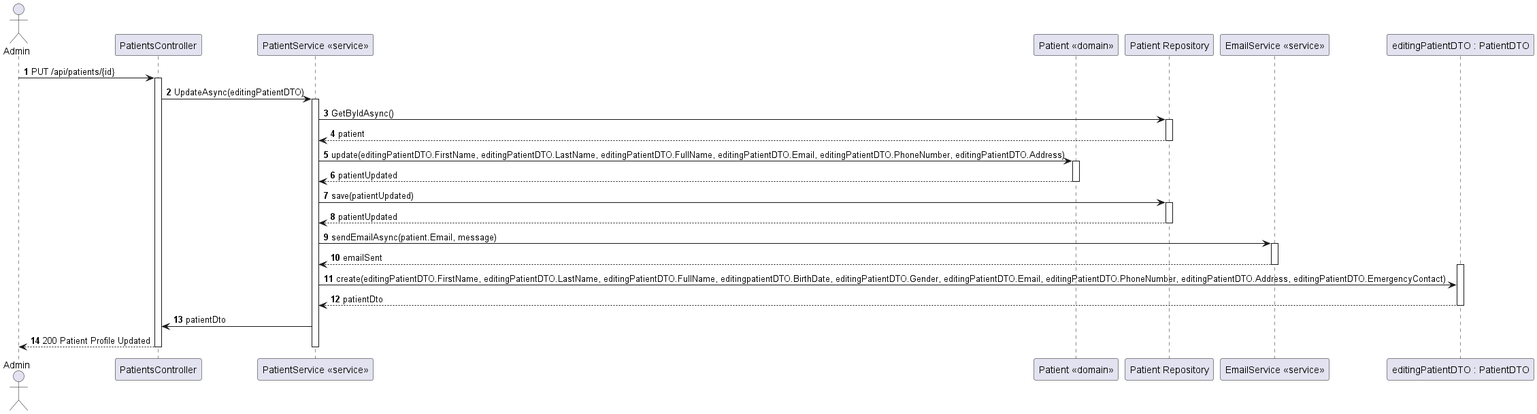
The PlantUML diagram docs/PatientProfileUpdate/views/level3/PatientProfileUpdate(level3-2).png in Lapr5G21/sem5pi-24-25-3ddg21, before a commit. The source it was exported from:
```plantuml
@startuml PatientProfileUpdate(level3-2)

autonumber
actor Admin as "Admin"
participant CTRL as "PatientsController"
participant SERVICE as "PatientService <<service>>"
participant PATIENT as "Patient <<domain>>"
participant REPO as "Patient Repository"
participant EMAILSERVICE as "EmailService <<service>>"
participant DTO as "editingPatientDTO : PatientDTO"

Admin-> CTRL : PUT /api/patients/{id}
activate CTRL

CTRL -> SERVICE : UpdateAsync(editingPatientDTO)
activate SERVICE

    SERVICE -> REPO : GetByIdAsync()
    activate REPO

    REPO --> SERVICE : patient
    deactivate REPO

    SERVICE -> PATIENT : update(editingPatientDTO.FirstName, editingPatientDTO.LastName, editingPatientDTO.FullName, editingPatientDTO.Email, editingPatientDTO.PhoneNumber, editingPatientDTO.Address)
    activate PATIENT

    PATIENT --> SERVICE : patientUpdated
    deactivate PATIENT

    SERVICE -> REPO : save(patientUpdated)
    activate REPO

    REPO --> SERVICE : patientUpdated
    deactivate REPO

    SERVICE -> EMAILSERVICE : sendEmailAsync(patient.Email, message)
    activate EMAILSERVICE

    EMAILSERVICE --> SERVICE : emailSent
    deactivate EMAILSERVICE

    activate DTO

    SERVICE -> DTO : create(editingPatientDTO.FirstName, editingPatientDTO.LastName, editingPatientDTO.FullName, editingpatientDTO.BirthDate, editingPatientDTO.Gender, editingPatientDTO.Email, editingPatientDTO.PhoneNumber, editingPatientDTO.Address, editingPatientDTO.EmergencyContact)

    DTO --> SERVICE : patientDto
    deactivate DTO

    SERVICE -> CTRL : patientDto

    CTRL --> Admin : 200 Patient Profile Updated

deactivate SERVICE
deactivate CTRL
@enduml
```
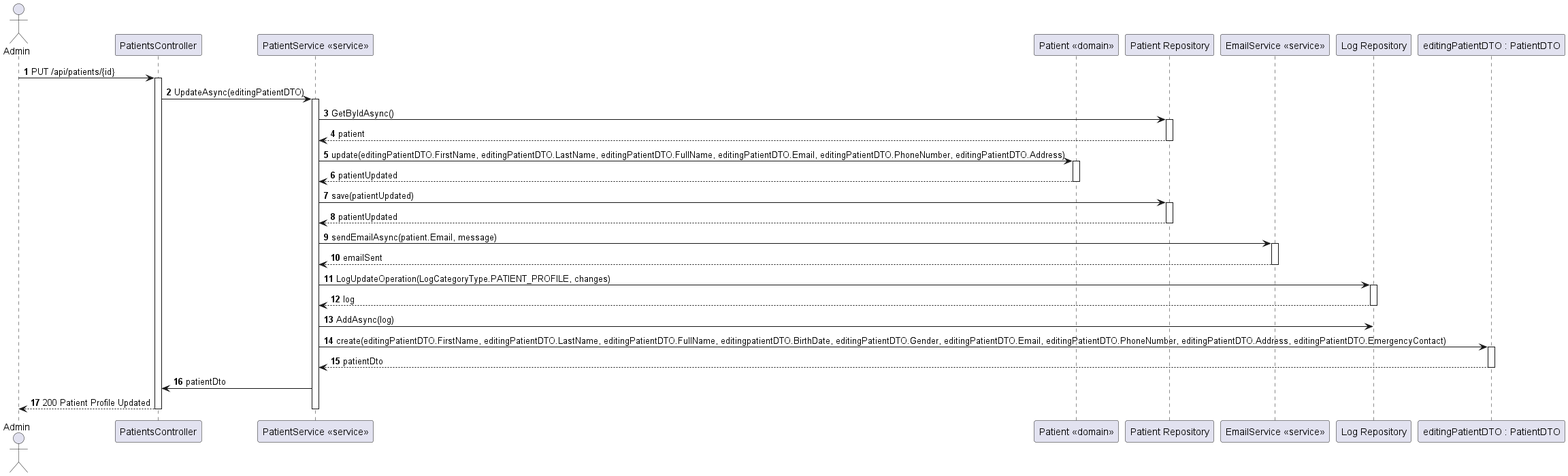
Above is the later version.

Commit message:
little update in patient docs and some integration tests #10

Diff of the diagram source:
```diff
@@ -7,6 +7,7 @@
 participant PATIENT as "Patient <<domain>>"
 participant REPO as "Patient Repository"
 participant EMAILSERVICE as "EmailService <<service>>"
+participant LOGREPO as "Log Repository"
 participant DTO as "editingPatientDTO : PatientDTO"
 
 Admin-> CTRL : PUT /api/patients/{id}
@@ -39,9 +40,18 @@
     EMAILSERVICE --> SERVICE : emailSent
     deactivate EMAILSERVICE
 
-    activate DTO
+    SERVICE -> LOGREPO : LogUpdateOperation(LogCategoryType.PATIENT_PROFILE, changes)
+    activate LOGREPO
+
+    LOGREPO --> SERVICE : log
+    deactivate LOGREPO
+
+
+    SERVICE -> LOGREPO : AddAsync(log)
+    deactivate LOGREPO
 
     SERVICE -> DTO : create(editingPatientDTO.FirstName, editingPatientDTO.LastName, editingPatientDTO.FullName, editingpatientDTO.BirthDate, editingPatientDTO.Gender, editingPatientDTO.Email, editingPatientDTO.PhoneNumber, editingPatientDTO.Address, editingPatientDTO.EmergencyContact)
+    activate DTO
 
     DTO --> SERVICE : patientDto
     deactivate DTO
```
